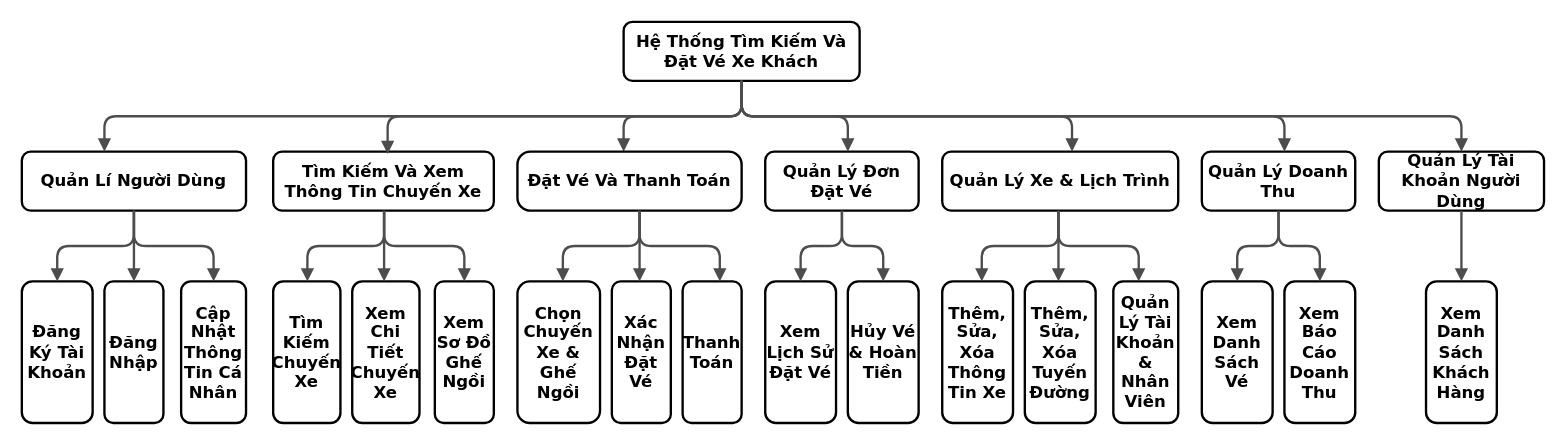
The draw.io diagram bieudophanra.drawio in anhquan1111/PBL3, before the edit. Source tidied: cells renumbered, new cells numbered last; positions are measured from the earlier drawing's top-left corner, leaving out a move shared by most shapes. Both pictures are drawn from the tidied source at 118%, with x=0, y=0 at pixel (21, 21).
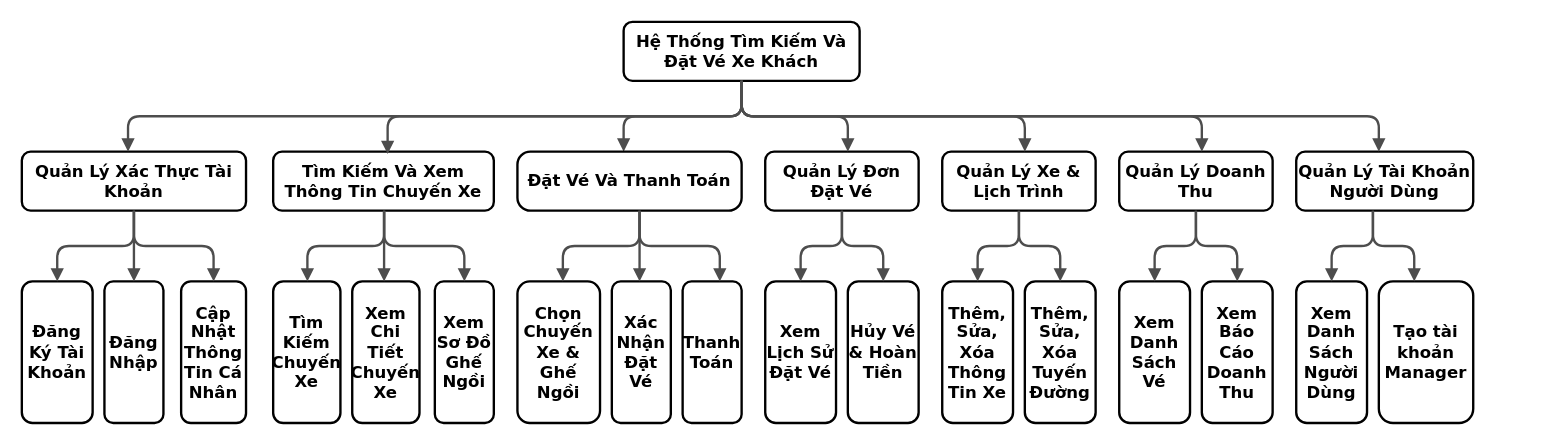
After the change.

Commit message (it also covers changes not shown here):
Cập nhật bieudophanra.drawio

Unchanged cells that the change refers to:
```xml
<mxCell id="7" value="&lt;font&gt;Hệ Thống Tìm Kiếm Và Đặt Vé Xe Khách&lt;/font&gt;" style="whiteSpace=wrap;html=1;rounded=1;shadow=0;comic=0;strokeWidth=2;fontFamily=Verdana;align=center;fontSize=14;fontStyle=1;" parent="1" vertex="1">
  <mxGeometry x="510" width="200" height="50" as="geometry" />
</mxCell>
```

Change to the diagram source:
```diff
@@
-<mxGraphModel>
+<mxGraphModel background="#ffffff">
@@
-    <mxCell id="4" value="Quản Lí Người Dùng" style="whiteSpace=wrap;html=1;rounded=1;shadow=0;comic=0;strokeWidth=2;fontFamily=Verdana;align=center;fontSize=14;fontStyle=1;" parent="1" vertex="1">
+    <mxCell id="4" value="Quản Lý Xác Thực Tài Khoản" style="whiteSpace=wrap;html=1;rounded=1;shadow=0;comic=0;strokeWidth=2;fontFamily=Verdana;align=center;fontSize=14;fontStyle=1;" parent="1" vertex="1">
       <mxGeometry y="110" width="190" height="50" as="geometry" />
     </mxCell>
@@
     <mxCell id="20" value="Quản Lý Xe &amp;amp; Lịch Trình" style="whiteSpace=wrap;html=1;rounded=1;shadow=0;comic=0;strokeWidth=2;fontFamily=Verdana;align=center;fontSize=14;fontStyle=1;" parent="1" vertex="1">
-      <mxGeometry x="780" y="110" width="200" height="50" as="geometry" />
+      <mxGeometry x="780" y="110" width="130" height="50" as="geometry" />
     </mxCell>
-    <mxCell id="21" value="Quản Lý Tài Khoản &amp;amp; Nhân Viên" style="whiteSpace=wrap;html=1;rounded=1;shadow=0;comic=0;strokeWidth=2;fontFamily=Verdana;align=center;fontSize=14;fontStyle=1;" parent="1" vertex="1">
-      <mxGeometry x="925" y="220" width="55" height="120" as="geometry" />
-    </mxCell>
     <mxCell id="22" value="Quản Lý Doanh Thu" style="whiteSpace=wrap;html=1;rounded=1;shadow=0;comic=0;strokeWidth=2;fontFamily=Verdana;align=center;fontSize=14;fontStyle=1;" parent="1" vertex="1">
-      <mxGeometry x="1000" y="110" width="130" height="50" as="geometry" />
+      <mxGeometry x="930" y="110" width="130" height="50" as="geometry" />
     </mxCell>
     <mxCell id="23" value="Quản Lý Tài Khoản Người Dùng" style="whiteSpace=wrap;html=1;rounded=1;shadow=0;comic=0;strokeWidth=2;fontFamily=Verdana;align=center;fontSize=14;fontStyle=1;" parent="1" vertex="1">
-      <mxGeometry x="1150" y="110" width="140" height="50" as="geometry" />
+      <mxGeometry x="1080" y="110" width="150" height="50" as="geometry" />
     </mxCell>
@@
     <mxCell id="25" value="Xem Danh Sách Vé" style="whiteSpace=wrap;html=1;rounded=1;shadow=0;comic=0;strokeWidth=2;fontFamily=Verdana;align=center;fontSize=14;fontStyle=1;" parent="1" vertex="1">
-      <mxGeometry x="1000" y="220" width="60" height="120" as="geometry" />
+      <mxGeometry x="930" y="220" width="60" height="120" as="geometry" />
     </mxCell>
     <mxCell id="26" value="Xem Báo Cáo Doanh Thu" style="whiteSpace=wrap;html=1;rounded=1;shadow=0;comic=0;strokeWidth=2;fontFamily=Verdana;align=center;fontSize=14;fontStyle=1;" parent="1" vertex="1">
-      <mxGeometry x="1070" y="220" width="60" height="120" as="geometry" />
+      <mxGeometry x="1000" y="220" width="60" height="120" as="geometry" />
     </mxCell>
-    <mxCell id="27" value="Xem Danh Sách Khách Hàng" style="whiteSpace=wrap;html=1;rounded=1;shadow=0;comic=0;strokeWidth=2;fontFamily=Verdana;align=center;fontSize=14;fontStyle=1;" parent="1" vertex="1">
-      <mxGeometry x="1190" y="220" width="60" height="120" as="geometry" />
+    <mxCell id="27" value="Xem Danh Sách Người Dùng" style="whiteSpace=wrap;html=1;rounded=1;shadow=0;comic=0;strokeWidth=2;fontFamily=Verdana;align=center;fontSize=14;fontStyle=1;" parent="1" vertex="1">
+      <mxGeometry x="1080" y="220" width="60" height="120" as="geometry" />
     </mxCell>
-    <mxCell id="28" style="edgeStyle=orthogonalEdgeStyle;rounded=1;html=1;labelBackgroundColor=none;endArrow=block;endFill=1;strokeColor=#4D4D4D;strokeWidth=2;fontFamily=Verdana;fontSize=14;fontStyle=1;exitX=0.5;exitY=1;exitDx=0;exitDy=0;entryX=0.5;entryY=0;entryDx=0;entryDy=0;" parent="1" edge="1" source="7">
+    <mxCell id="28" style="edgeStyle=orthogonalEdgeStyle;rounded=1;html=1;labelBackgroundColor=none;endArrow=block;endFill=1;strokeColor=#4D4D4D;strokeWidth=2;fontFamily=Verdana;fontSize=14;fontStyle=1;exitX=0.5;exitY=1;exitDx=0;exitDy=0;" parent="1" edge="1" source="7">
       <mxGeometry relative="1" as="geometry">
-        <mxPoint x="70" y="110" as="targetPoint" />
+        <mxPoint x="90" y="110" as="targetPoint" />
         <Array as="points">
           <mxPoint x="610" y="80" />
-          <mxPoint x="70" y="80" />
+          <mxPoint x="90" y="80" />
+          <mxPoint x="90" y="110" />
         </Array>
       </mxGeometry>
     </mxCell>
@@
     <mxCell id="30" style="edgeStyle=orthogonalEdgeStyle;rounded=1;html=1;labelBackgroundColor=none;endArrow=block;endFill=1;strokeColor=#4D4D4D;strokeWidth=2;fontFamily=Verdana;fontSize=14;fontStyle=1;exitX=0.5;exitY=1;exitDx=0;exitDy=0;" parent="1" edge="1" source="7">
       <mxGeometry relative="1" as="geometry">
-        <mxPoint x="890" y="110" as="targetPoint" />
+        <mxPoint x="850" y="110" as="targetPoint" />
         <Array as="points">
           <mxPoint x="610" y="80" />
-          <mxPoint x="890" y="80" />
+          <mxPoint x="850" y="80" />
+          <mxPoint x="850" y="110" />
         </Array>
       </mxGeometry>
     </mxCell>
     <mxCell id="31" style="edgeStyle=orthogonalEdgeStyle;rounded=1;html=1;labelBackgroundColor=none;endArrow=block;endFill=1;strokeColor=#4D4D4D;strokeWidth=2;fontFamily=Verdana;fontSize=14;fontStyle=1;exitX=0.5;exitY=1;exitDx=0;exitDy=0;" parent="1" edge="1" source="7">
       <mxGeometry relative="1" as="geometry">
-        <mxPoint x="1070" y="110" as="targetPoint" />
+        <mxPoint x="1000" y="110" as="targetPoint" />
         <Array as="points">
           <mxPoint x="610" y="80" />
-          <mxPoint x="1070" y="80" />
-          <mxPoint x="1070" y="110" />
+          <mxPoint x="1000" y="80" />
+          <mxPoint x="1000" y="110" />
         </Array>
       </mxGeometry>
     </mxCell>
     <mxCell id="32" style="edgeStyle=orthogonalEdgeStyle;rounded=1;html=1;labelBackgroundColor=none;endArrow=block;endFill=1;strokeColor=#4D4D4D;strokeWidth=2;fontFamily=Verdana;fontSize=14;fontStyle=1;exitX=0.5;exitY=1;exitDx=0;exitDy=0;" parent="1" edge="1" source="7">
       <mxGeometry relative="1" as="geometry">
-        <mxPoint x="1220" y="110" as="targetPoint" />
+        <mxPoint x="1150" y="110" as="targetPoint" />
         <Array as="points">
           <mxPoint x="610" y="80" />
-          <mxPoint x="1220" y="80" />
-          <mxPoint x="1220" y="110" />
+          <mxPoint x="1150" y="80" />
+          <mxPoint x="1150" y="110" />
         </Array>
       </mxGeometry>
     </mxCell>
@@
-    <mxCell id="45" style="edgeStyle=orthogonalEdgeStyle;rounded=1;html=1;labelBackgroundColor=none;endArrow=block;endFill=1;strokeColor=#4D4D4D;strokeWidth=2;fontFamily=Verdana;fontSize=14;fontStyle=1;exitX=0.5;exitY=1;exitDx=0;exitDy=0;entryX=0.5;entryY=0;entryDx=0;entryDy=0;" parent="1" edge="1">
-      <mxGeometry relative="1" as="geometry">
-        <mxPoint x="878.5" y="160" as="sourcePoint" />
-        <mxPoint x="813.5" y="220" as="targetPoint" />
-        <Array as="points">
-          <mxPoint x="878.5" y="190" />
-          <mxPoint x="813.5" y="190" />
-        </Array>
-      </mxGeometry>
-    </mxCell>
-    <mxCell id="46" style="edgeStyle=orthogonalEdgeStyle;rounded=1;html=1;labelBackgroundColor=none;endArrow=block;endFill=1;strokeColor=#4D4D4D;strokeWidth=2;fontFamily=Verdana;fontSize=14;fontStyle=1;exitX=0.5;exitY=1;exitDx=0;exitDy=0;entryX=0.5;entryY=0;entryDx=0;entryDy=0;" parent="1" edge="1">
-      <mxGeometry relative="1" as="geometry">
-        <mxPoint x="878.5" y="160" as="sourcePoint" />
-        <mxPoint x="878.5" y="220" as="targetPoint" />
-        <Array as="points">
-          <mxPoint x="878.5" y="210" />
-          <mxPoint x="878.5" y="210" />
-        </Array>
-      </mxGeometry>
-    </mxCell>
-    <mxCell id="47" style="edgeStyle=orthogonalEdgeStyle;rounded=1;html=1;labelBackgroundColor=none;endArrow=block;endFill=1;strokeColor=#4D4D4D;strokeWidth=2;fontFamily=Verdana;fontSize=14;fontStyle=1;exitX=0.5;exitY=1;exitDx=0;exitDy=0;entryX=0.5;entryY=0;entryDx=0;entryDy=0;" parent="1" edge="1">
-      <mxGeometry relative="1" as="geometry">
-        <mxPoint x="878.5" y="160" as="sourcePoint" />
-        <mxPoint x="946.5" y="220" as="targetPoint" />
-        <Array as="points">
-          <mxPoint x="878.5" y="190" />
-          <mxPoint x="946.5" y="190" />
-          <mxPoint x="946.5" y="220" />
-        </Array>
-      </mxGeometry>
-    </mxCell>
     <mxCell id="48" style="edgeStyle=orthogonalEdgeStyle;rounded=1;html=1;labelBackgroundColor=none;endArrow=block;endFill=1;strokeColor=#4D4D4D;strokeWidth=2;fontFamily=Verdana;fontSize=14;fontStyle=1;exitX=0.5;exitY=1;exitDx=0;exitDy=0;entryX=0.5;entryY=0;entryDx=0;entryDy=0;" parent="1" edge="1">
       <mxGeometry relative="1" as="geometry">
-        <mxPoint x="1065" y="160" as="sourcePoint" />
-        <mxPoint x="1030" y="220" as="targetPoint" />
+        <mxPoint x="995" y="160" as="sourcePoint" />
+        <mxPoint x="960" y="220" as="targetPoint" />
         <Array as="points">
-          <mxPoint x="1065" y="190" />
-          <mxPoint x="1030" y="190" />
+          <mxPoint x="995" y="190" />
+          <mxPoint x="960" y="190" />
         </Array>
       </mxGeometry>
     </mxCell>
     <mxCell id="49" style="edgeStyle=orthogonalEdgeStyle;rounded=1;html=1;labelBackgroundColor=none;endArrow=block;endFill=1;strokeColor=#4D4D4D;strokeWidth=2;fontFamily=Verdana;fontSize=14;fontStyle=1;exitX=0.5;exitY=1;exitDx=0;exitDy=0;entryX=0.5;entryY=0;entryDx=0;entryDy=0;" parent="1" edge="1">
       <mxGeometry relative="1" as="geometry">
-        <mxPoint x="1065" y="160" as="sourcePoint" />
-        <mxPoint x="1100" y="220" as="targetPoint" />
+        <mxPoint x="995" y="160" as="sourcePoint" />
+        <mxPoint x="1030" y="220" as="targetPoint" />
         <Array as="points">
-          <mxPoint x="1065" y="190" />
-          <mxPoint x="1100" y="190" />
+          <mxPoint x="995" y="190" />
+          <mxPoint x="1030" y="190" />
         </Array>
       </mxGeometry>
     </mxCell>
-    <mxCell id="50" style="edgeStyle=orthogonalEdgeStyle;rounded=1;html=1;labelBackgroundColor=none;endArrow=block;endFill=1;strokeColor=#4D4D4D;strokeWidth=2;fontFamily=Verdana;fontSize=14;fontStyle=1;exitX=0.5;exitY=1;exitDx=0;exitDy=0;entryX=0.5;entryY=0;entryDx=0;entryDy=0;" parent="1" edge="1" target="27">
-      <mxGeometry relative="1" as="geometry">
-        <mxPoint x="1220" y="160" as="sourcePoint" />
-        <Array as="points">
-          <mxPoint x="1220" y="210" />
-          <mxPoint x="1220" y="210" />
-        </Array>
-      </mxGeometry>
-    </mxCell>
+    <mxCell id="51" style="edgeStyle=orthogonalEdgeStyle;rounded=1;html=1;labelBackgroundColor=none;endArrow=block;endFill=1;strokeColor=#4D4D4D;strokeWidth=2;fontFamily=Verdana;fontSize=14;fontStyle=1;exitX=0.5;exitY=1;exitDx=0;exitDy=0;entryX=0.5;entryY=0;entryDx=0;entryDy=0;" parent="1" edge="1">
+      <mxGeometry relative="1" as="geometry">
+        <mxPoint x="845" y="160" as="sourcePoint" />
+        <mxPoint x="810" y="220" as="targetPoint" />
+        <Array as="points">
+          <mxPoint x="845" y="190" />
+          <mxPoint x="810" y="190" />
+        </Array>
+      </mxGeometry>
+    </mxCell>
+    <mxCell id="52" style="edgeStyle=orthogonalEdgeStyle;rounded=1;html=1;labelBackgroundColor=none;endArrow=block;endFill=1;strokeColor=#4D4D4D;strokeWidth=2;fontFamily=Verdana;fontSize=14;fontStyle=1;exitX=0.5;exitY=1;exitDx=0;exitDy=0;entryX=0.5;entryY=0;entryDx=0;entryDy=0;" parent="1" edge="1">
+      <mxGeometry relative="1" as="geometry">
+        <mxPoint x="845" y="160" as="sourcePoint" />
+        <mxPoint x="880" y="220" as="targetPoint" />
+        <Array as="points">
+          <mxPoint x="845" y="190" />
+          <mxPoint x="880" y="190" />
+        </Array>
+      </mxGeometry>
+    </mxCell>
+    <mxCell id="53" value="Tạo tài khoản Manager" style="whiteSpace=wrap;html=1;rounded=1;shadow=0;comic=0;strokeWidth=2;fontFamily=Verdana;align=center;fontSize=14;fontStyle=1;" parent="1" vertex="1">
+      <mxGeometry x="1150" y="220" width="80" height="120" as="geometry" />
+    </mxCell>
+    <mxCell id="54" style="edgeStyle=orthogonalEdgeStyle;rounded=1;html=1;labelBackgroundColor=none;endArrow=block;endFill=1;strokeColor=#4D4D4D;strokeWidth=2;fontFamily=Verdana;fontSize=14;fontStyle=1;exitX=0.5;exitY=1;exitDx=0;exitDy=0;entryX=0.5;entryY=0;entryDx=0;entryDy=0;" parent="1" edge="1">
+      <mxGeometry relative="1" as="geometry">
+        <mxPoint x="1145" y="160" as="sourcePoint" />
+        <mxPoint x="1110" y="220" as="targetPoint" />
+        <Array as="points">
+          <mxPoint x="1145" y="190" />
+          <mxPoint x="1110" y="190" />
+        </Array>
+      </mxGeometry>
+    </mxCell>
+    <mxCell id="55" style="edgeStyle=orthogonalEdgeStyle;rounded=1;html=1;labelBackgroundColor=none;endArrow=block;endFill=1;strokeColor=#4D4D4D;strokeWidth=2;fontFamily=Verdana;fontSize=14;fontStyle=1;exitX=0.5;exitY=1;exitDx=0;exitDy=0;entryX=0.5;entryY=0;entryDx=0;entryDy=0;" parent="1" edge="1">
+      <mxGeometry relative="1" as="geometry">
+        <mxPoint x="1145" y="160" as="sourcePoint" />
+        <mxPoint x="1180" y="220" as="targetPoint" />
+        <Array as="points">
+          <mxPoint x="1145" y="190" />
+          <mxPoint x="1180" y="190" />
+        </Array>
+      </mxGeometry>
+    </mxCell>
```
